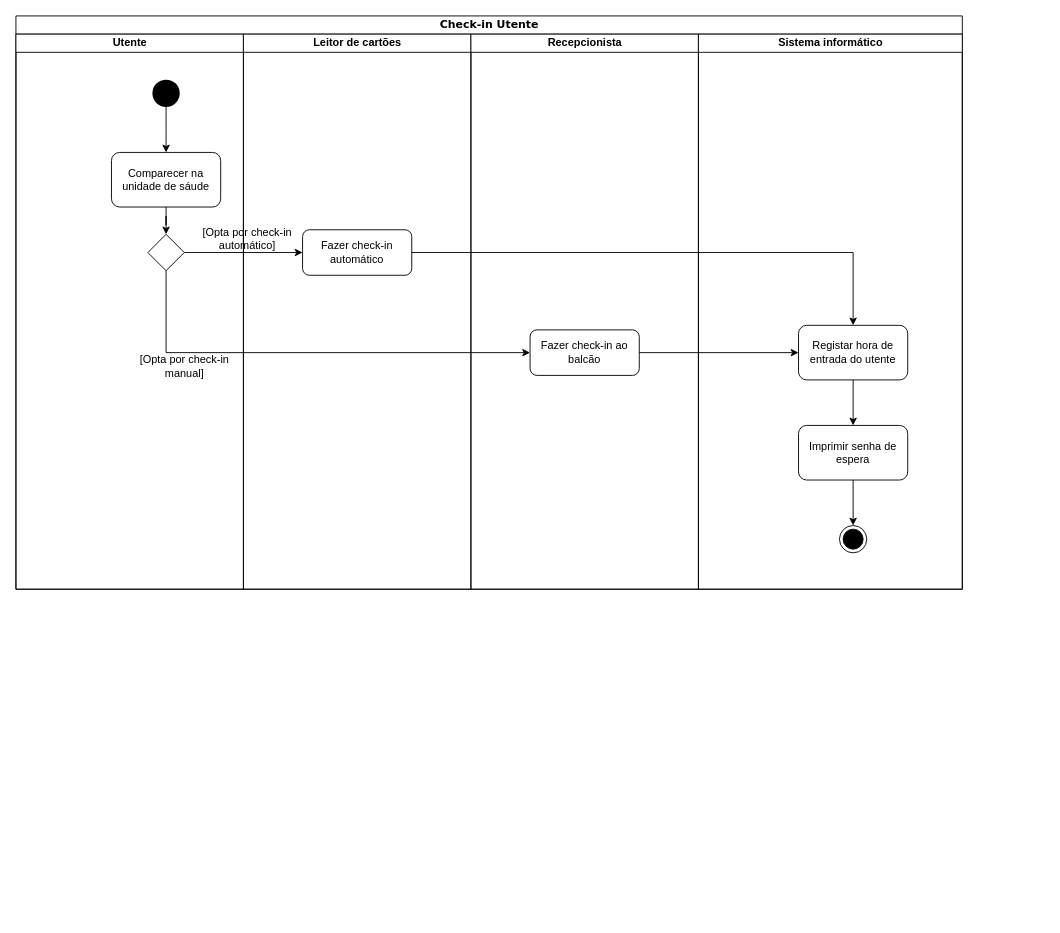
Before: page "Check-in Utente" (5 of 6) of Diagramas de actividades.drawio in carlan92/Hospital_Management_System, a draw.io diagram. Source tidied: cells renumbered, new cells numbered last; positions are measured from the earlier drawing's top-left corner, leaving out a move shared by most shapes. Both pictures are drawn from the tidied source at 91%, with x=0, y=0 at pixel (15, 15).
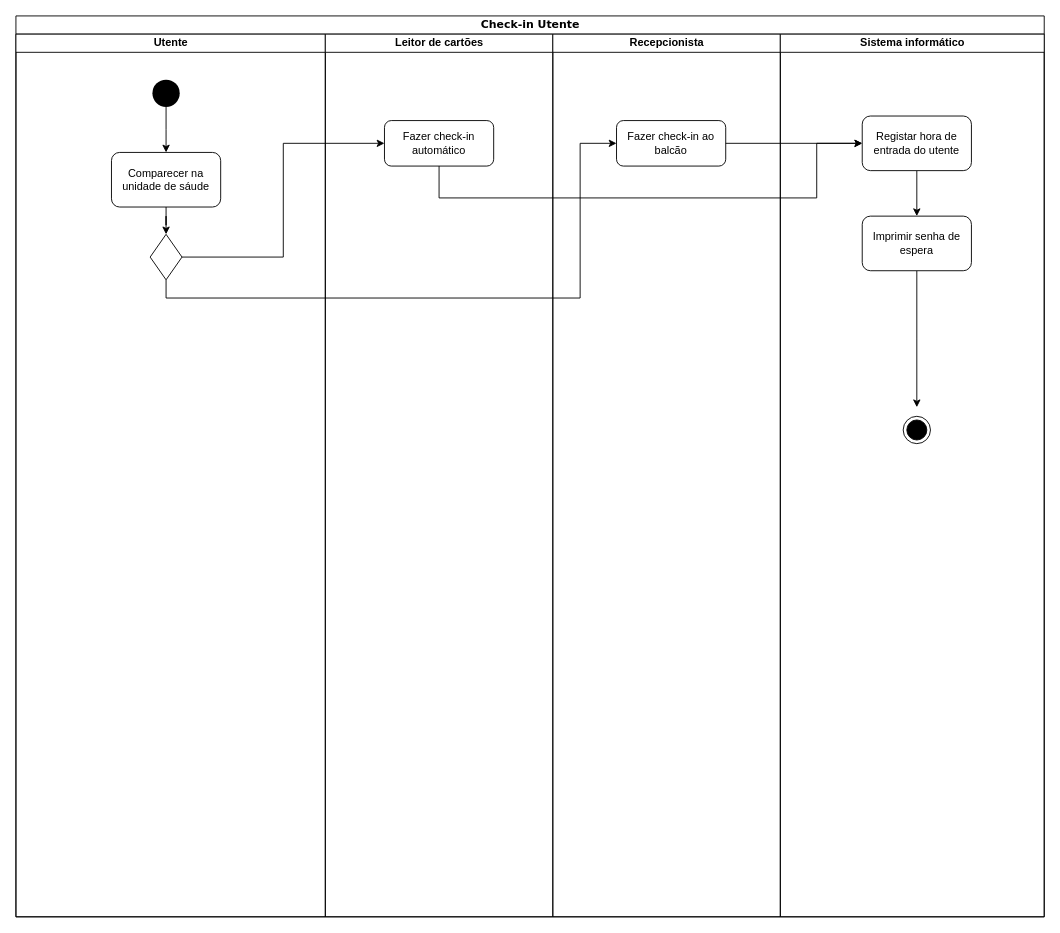
Above is the later version.

Change to the diagram source:
```diff
@@
     <mxCell id="2" value="Check-in Utente" style="swimlane;html=1;startSize=20;rounded=0;shadow=0;comic=0;labelBackgroundColor=none;strokeWidth=1;fontFamily=Verdana;fontSize=12;align=center;" parent="1" vertex="1">
-      <mxGeometry width="1040" height="630" as="geometry" />
+      <mxGeometry width="1130" height="990" as="geometry" />
     </mxCell>
     <mxCell id="3" value="Utente" style="swimlane;html=1;startSize=20;" parent="2" vertex="1">
-      <mxGeometry y="20" width="250" height="610" as="geometry" />
+      <mxGeometry y="20" width="340" height="970" as="geometry" />
     </mxCell>
@@
     <mxCell id="7" style="rhombus;whiteSpace=wrap;html=1;" parent="3" vertex="1">
-      <mxGeometry x="145" y="220" width="40" height="40" as="geometry" />
+      <mxGeometry x="147.5" y="220" width="35" height="50" as="geometry" />
     </mxCell>
@@
-    <mxCell id="9" value="[Opta por check-in &lt;br&gt;automático]" style="text;html=1;align=center;verticalAlign=middle;" parent="3" vertex="1">
-      <mxGeometry x="199" y="210" width="110" height="30" as="geometry" />
-    </mxCell>
-    <mxCell id="10" value="[Opta por check-in &lt;br&gt;manual]" style="text;html=1;align=center;verticalAlign=middle;" parent="3" vertex="1">
-      <mxGeometry x="130" y="350" width="110" height="30" as="geometry" />
-    </mxCell>
     <mxCell id="11" value="Leitor de cartões" style="swimlane;html=1;startSize=20;" parent="2" vertex="1">
-      <mxGeometry x="250" y="20" width="250" height="610" as="geometry" />
+      <mxGeometry x="340" y="20" width="250" height="970" as="geometry" />
     </mxCell>
     <mxCell id="12" value="Fazer check-in&lt;br&gt;automático" style="rounded=1;whiteSpace=wrap;html=1;" parent="11" vertex="1">
-      <mxGeometry x="65" y="215" width="120" height="50" as="geometry" />
+      <mxGeometry x="65" y="95" width="120" height="50" as="geometry" />
     </mxCell>
     <mxCell id="13" value="Recepcionista" style="swimlane;html=1;startSize=20;" parent="2" vertex="1">
-      <mxGeometry x="500" y="20" width="250" height="610" as="geometry" />
+      <mxGeometry x="590" y="20" width="250" height="970" as="geometry" />
     </mxCell>
     <mxCell id="14" value="&lt;span&gt;Fazer check-in ao balcão&lt;/span&gt;" style="rounded=1;whiteSpace=wrap;html=1;" parent="13" vertex="1">
-      <mxGeometry x="65" y="325" width="120" height="50" as="geometry" />
+      <mxGeometry x="70" y="95" width="120" height="50" as="geometry" />
     </mxCell>
-    <mxCell id="15" style="edgeStyle=orthogonalEdgeStyle;rounded=0;jettySize=auto;html=1;exitX=1;exitY=0.5;exitDx=0;exitDy=0;entryX=0;entryY=0.5;entryDx=0;entryDy=0;" parent="2" edge="1" source="14" target="18">
-      <mxGeometry relative="1" as="geometry" />
-    </mxCell>
     <mxCell id="16" value="Sistema informático" style="swimlane;html=1;startSize=20;" parent="2" vertex="1">
-      <mxGeometry x="750" y="20" width="290" height="610" as="geometry" />
+      <mxGeometry x="840" y="20" width="290" height="970" as="geometry" />
     </mxCell>
@@
     <mxCell id="18" value="Registar hora de entrada do utente" style="rounded=1;whiteSpace=wrap;html=1;" parent="16" vertex="1">
-      <mxGeometry x="110" y="320" width="120" height="60" as="geometry" />
+      <mxGeometry x="90" y="90" width="120" height="60" as="geometry" />
     </mxCell>
-    <mxCell id="19" style="edgeStyle=orthogonalEdgeStyle;rounded=0;jettySize=auto;html=1;exitX=0.5;exitY=1;exitDx=0;exitDy=0;entryX=0.5;entryY=0;entryDx=0;entryDy=0;" parent="16" edge="1" source="20" target="21">
-      <mxGeometry relative="1" as="geometry" />
-    </mxCell>
+    <mxCell id="25" style="edgeStyle=orthogonalEdgeStyle;rounded=0;jettySize=auto;html=1;exitX=0.5;exitY=1;exitDx=0;exitDy=0;" parent="16" edge="1" source="20">
+      <mxGeometry relative="1" as="geometry">
+        <mxPoint x="150" y="410" as="targetPoint" />
+      </mxGeometry>
+    </mxCell>
     <mxCell id="20" value="Imprimir senha de espera" style="rounded=1;whiteSpace=wrap;html=1;" parent="16" vertex="1">
-      <mxGeometry x="110" y="430" width="120" height="60" as="geometry" />
+      <mxGeometry x="90" y="200" width="120" height="60" as="geometry" />
     </mxCell>
     <mxCell id="21" style="ellipse;html=1;shape=endState;fillColor=#000000;strokeColor=#000000;" parent="16" vertex="1">
-      <mxGeometry x="155" y="540" width="30" height="30" as="geometry" />
+      <mxGeometry x="135" y="420" width="30" height="30" as="geometry" />
     </mxCell>
+    <mxCell id="24" style="edgeStyle=orthogonalEdgeStyle;rounded=0;jettySize=auto;html=1;exitX=1;exitY=0.5;exitDx=0;exitDy=0;entryX=0;entryY=0.5;entryDx=0;entryDy=0;" parent="2" edge="1" source="7" target="12">
+      <mxGeometry relative="1" as="geometry" />
+    </mxCell>
     <mxCell id="22" style="edgeStyle=orthogonalEdgeStyle;rounded=0;jettySize=auto;html=1;exitX=0.5;exitY=1;exitDx=0;exitDy=0;entryX=0;entryY=0.5;entryDx=0;entryDy=0;" parent="2" edge="1" source="7" target="14">
       <mxGeometry relative="1" as="geometry">
         <Array as="points">
-          <mxPoint x="165" y="370" />
+          <mxPoint x="165" y="310" />
+          <mxPoint x="620" y="310" />
+          <mxPoint x="620" y="140" />
         </Array>
       </mxGeometry>
     </mxCell>
-    <mxCell id="23" style="edgeStyle=orthogonalEdgeStyle;rounded=0;jettySize=auto;html=1;exitX=1;exitY=0.5;exitDx=0;exitDy=0;entryX=0.5;entryY=0;entryDx=0;entryDy=0;" parent="2" edge="1" source="12" target="18">
+    <mxCell id="23" style="edgeStyle=orthogonalEdgeStyle;rounded=0;jettySize=auto;html=1;exitX=0.5;exitY=1;exitDx=0;exitDy=0;entryX=0;entryY=0.5;entryDx=0;entryDy=0;" parent="2" edge="1" source="12" target="18">
       <mxGeometry relative="1" as="geometry">
         <Array as="points">
-          <mxPoint x="920" y="260" />
+          <mxPoint x="465" y="200" />
+          <mxPoint x="880" y="200" />
+          <mxPoint x="880" y="140" />
+          <mxPoint x="925" y="140" />
         </Array>
       </mxGeometry>
     </mxCell>
-    <mxCell id="24" style="edgeStyle=orthogonalEdgeStyle;rounded=0;jettySize=auto;html=1;exitX=1;exitY=0.5;exitDx=0;exitDy=0;entryX=0;entryY=0.5;entryDx=0;entryDy=0;" parent="2" edge="1" source="7" target="12">
-      <mxGeometry relative="1" as="geometry" />
-    </mxCell>
+    <mxCell id="15" style="edgeStyle=orthogonalEdgeStyle;rounded=0;jettySize=auto;html=1;exitX=1;exitY=0.5;exitDx=0;exitDy=0;entryX=0;entryY=0.5;entryDx=0;entryDy=0;" parent="2" edge="1" source="14" target="18">
+      <mxGeometry relative="1" as="geometry" />
+    </mxCell>
```
